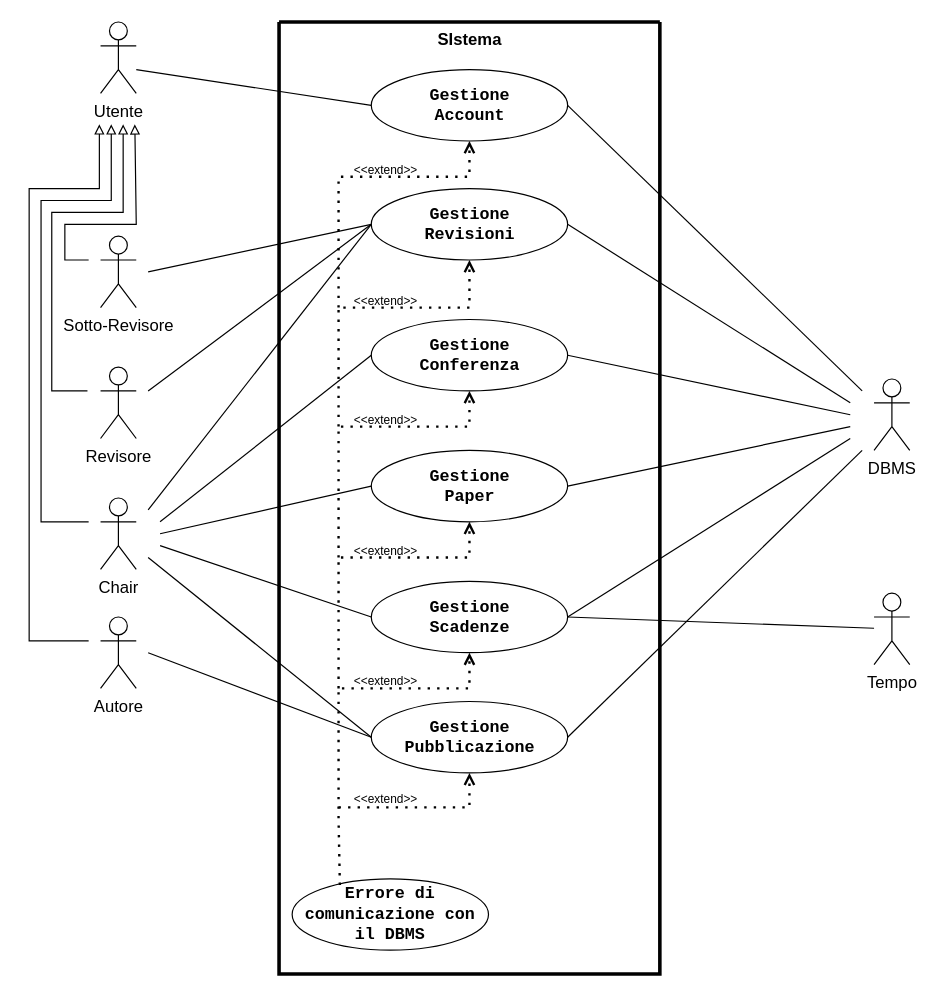
The draw.io diagram RAD/AttoriCoinvolti.drawio in Gabro29/IngegneriaSoftware, before the edit. Source tidied: cells renumbered, new cells numbered last; positions are measured from the earlier drawing's top-left corner, leaving out a move shared by most shapes. Both pictures are drawn from the tidied source at 119%, with x=0, y=0 at pixel (29, 21).
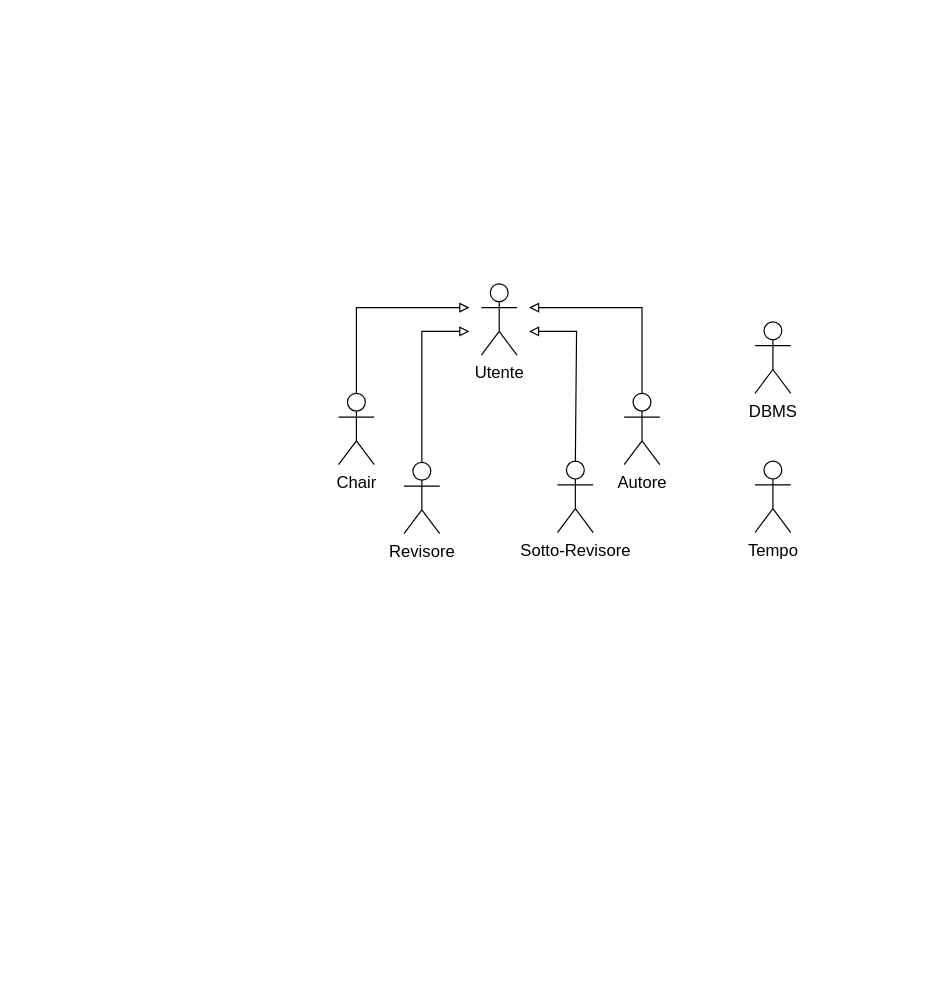
The same diagram, later.

The edit, as a diff of the source:
```diff
@@
-    <mxCell id="2" style="swimlane;startSize=0;swimlaneFillColor=none;strokeWidth=3;strokeColor=light-dark(#000000,#000000);labelBackgroundColor=none;fontColor=light-dark(#000000,#000000);" parent="1" vertex="1">
-      <mxGeometry x="210" width="320" height="800" as="geometry" />
-    </mxCell>
-    <mxCell id="3" value="&lt;font style=&quot;color: light-dark(rgb(0, 0, 0), rgb(0, 0, 0)); font-size: 14px;&quot; face=&quot;Courier New&quot;&gt;&lt;b&gt;Gestione&lt;/b&gt;&lt;/font&gt;&lt;div&gt;&lt;font style=&quot;color: light-dark(rgb(0, 0, 0), rgb(0, 0, 0)); font-size: 14px;&quot; face=&quot;Courier New&quot;&gt;&lt;b&gt;Account&lt;/b&gt;&lt;/font&gt;&lt;/div&gt;" style="ellipse;whiteSpace=wrap;html=1;fillColor=light-dark(#FFFFFF,#FFFFFF);strokeColor=light-dark(#000000,#000000);" parent="2" vertex="1">
-      <mxGeometry x="77.5" y="40" width="165" height="60" as="geometry" />
-    </mxCell>
-    <mxCell id="4" value="&lt;font face=&quot;Courier New&quot; style=&quot;color: light-dark(rgb(0, 0, 0), rgb(0, 0, 0)); font-size: 14px;&quot;&gt;&lt;b&gt;Gestione&lt;/b&gt;&lt;/font&gt;&lt;div&gt;&lt;span style=&quot;font-family: &amp;quot;Courier New&amp;quot;;&quot;&gt;&lt;font style=&quot;color: light-dark(rgb(0, 0, 0), rgb(0, 0, 0)); font-size: 14px;&quot;&gt;&lt;b&gt;Revisioni&lt;/b&gt;&lt;/font&gt;&lt;/span&gt;&lt;/div&gt;" style="ellipse;whiteSpace=wrap;html=1;fillColor=light-dark(#FFFFFF,#FFFFFF);strokeColor=light-dark(#000000,#000000);" parent="2" vertex="1">
-      <mxGeometry x="77.5" y="140" width="165" height="60" as="geometry" />
-    </mxCell>
-    <mxCell id="5" value="&lt;font face=&quot;Courier New&quot; style=&quot;color: light-dark(rgb(0, 0, 0), rgb(0, 0, 0)); font-size: 14px;&quot;&gt;&lt;b&gt;Gestione&lt;/b&gt;&lt;/font&gt;&lt;div&gt;&lt;font style=&quot;color: light-dark(rgb(0, 0, 0), rgb(0, 0, 0)); font-size: 14px;&quot; face=&quot;Courier New&quot;&gt;&lt;b&gt;Conferenza&lt;/b&gt;&lt;/font&gt;&lt;/div&gt;" style="ellipse;whiteSpace=wrap;html=1;fillColor=light-dark(#FFFFFF,#FFFFFF);strokeColor=light-dark(#000000,#000000);" parent="2" vertex="1">
-      <mxGeometry x="77.5" y="250" width="165" height="60" as="geometry" />
-    </mxCell>
-    <mxCell id="6" value="&lt;font face=&quot;Courier New&quot; style=&quot;color: light-dark(rgb(0, 0, 0), rgb(0, 0, 0)); font-size: 14px;&quot;&gt;&lt;b&gt;Gestione&lt;/b&gt;&lt;/font&gt;&lt;div&gt;&lt;span style=&quot;font-family: &amp;quot;Courier New&amp;quot;;&quot;&gt;&lt;font style=&quot;color: light-dark(rgb(0, 0, 0), rgb(0, 0, 0)); font-size: 14px;&quot;&gt;&lt;b&gt;Paper&lt;/b&gt;&lt;/font&gt;&lt;/span&gt;&lt;/div&gt;" style="ellipse;whiteSpace=wrap;html=1;fillColor=light-dark(#FFFFFF,#FFFFFF);strokeColor=light-dark(#000000,#000000);" parent="2" vertex="1">
-      <mxGeometry x="77.5" y="360" width="165" height="60" as="geometry" />
-    </mxCell>
-    <mxCell id="7" value="&lt;font face=&quot;Courier New&quot; style=&quot;color: light-dark(rgb(0, 0, 0), rgb(0, 0, 0)); font-size: 14px;&quot;&gt;&lt;b&gt;Gestione&lt;/b&gt;&lt;/font&gt;&lt;div&gt;&lt;font face=&quot;Courier New&quot; style=&quot;color: light-dark(rgb(0, 0, 0), rgb(0, 0, 0)); font-size: 14px;&quot;&gt;&lt;b&gt;Pubblicazione&lt;/b&gt;&lt;/font&gt;&lt;/div&gt;" style="ellipse;whiteSpace=wrap;html=1;fillColor=light-dark(#FFFFFF,#FFFFFF);strokeColor=light-dark(#000000,#000000);" parent="2" vertex="1">
-      <mxGeometry x="77.5" y="571" width="165" height="60" as="geometry" />
-    </mxCell>
-    <mxCell id="8" value="&lt;font face=&quot;Courier New&quot; style=&quot;color: light-dark(rgb(0, 0, 0), rgb(0, 0, 0)); font-size: 14px;&quot;&gt;&lt;b&gt;Gestione&lt;/b&gt;&lt;/font&gt;&lt;div&gt;&lt;font face=&quot;Courier New&quot; style=&quot;color: light-dark(rgb(0, 0, 0), rgb(0, 0, 0)); font-size: 14px;&quot;&gt;&lt;b&gt;Scadenze&lt;/b&gt;&lt;/font&gt;&lt;/div&gt;" style="ellipse;whiteSpace=wrap;html=1;fillColor=light-dark(#FFFFFF,#FFFFFF);strokeColor=light-dark(#000000,#000000);" parent="2" vertex="1">
-      <mxGeometry x="77.5" y="470" width="165" height="60" as="geometry" />
-    </mxCell>
-    <mxCell id="9" value="&lt;font style=&quot;color: light-dark(rgb(0, 0, 0), rgb(0, 0, 0));&quot; face=&quot;Courier New&quot;&gt;&lt;span style=&quot;font-size: 14px;&quot;&gt;&lt;b style=&quot;&quot;&gt;Errore di comunicazione con il DBMS&lt;/b&gt;&lt;/span&gt;&lt;/font&gt;" style="ellipse;whiteSpace=wrap;html=1;fillColor=light-dark(#FFFFFF,#FFFFFF);strokeColor=light-dark(#000000,#000000);" parent="2" vertex="1">
-      <mxGeometry x="11" y="720" width="165" height="60" as="geometry" />
-    </mxCell>
-    <mxCell id="10" value="&lt;font style=&quot;color: light-dark(rgb(0, 0, 0), rgb(0, 0, 0)); font-size: 14px;&quot;&gt;&lt;b&gt;SIstema&lt;/b&gt;&lt;/font&gt;" style="text;html=1;align=center;verticalAlign=middle;strokeColor=none;fillColor=none;" parent="2" vertex="1">
-      <mxGeometry x="120" width="80" height="30" as="geometry" />
-    </mxCell>
-    <mxCell id="11" style="endArrow=open;dashed=1;html=1;dashPattern=1 3;strokeWidth=2;rounded=0;strokeColor=light-dark(#000000,#000000);endFill=0;entryX=0.5;entryY=1;entryDx=0;entryDy=0;" parent="2" edge="1" target="5">
-      <mxGeometry relative="1" as="geometry">
-        <mxPoint x="50" y="450" as="sourcePoint" />
-        <Array as="points">
-          <mxPoint x="50" y="340" />
-          <mxPoint x="160" y="340" />
-        </Array>
-      </mxGeometry>
-    </mxCell>
-    <mxCell id="12" style="endArrow=open;dashed=1;html=1;dashPattern=1 3;strokeWidth=2;rounded=0;strokeColor=light-dark(#000000,#000000);endFill=0;entryX=0.5;entryY=1;entryDx=0;entryDy=0;" parent="2" edge="1" target="4">
-      <mxGeometry relative="1" as="geometry">
-        <mxPoint x="50" y="340" as="sourcePoint" />
-        <Array as="points">
-          <mxPoint x="50" y="240" />
-          <mxPoint x="160" y="240" />
-        </Array>
-      </mxGeometry>
-    </mxCell>
-    <mxCell id="13" style="endArrow=open;dashed=1;html=1;dashPattern=1 3;strokeWidth=2;rounded=0;strokeColor=light-dark(#000000,#000000);endFill=0;entryX=0.5;entryY=1;entryDx=0;entryDy=0;" parent="2" edge="1" target="3">
-      <mxGeometry relative="1" as="geometry">
-        <mxPoint x="50" y="240" as="sourcePoint" />
-        <Array as="points">
-          <mxPoint x="50" y="130" />
-          <mxPoint x="160" y="130" />
-        </Array>
-      </mxGeometry>
-    </mxCell>
-    <mxCell id="14" value="&lt;font style=&quot;color: light-dark(rgb(0, 0, 0), rgb(0, 0, 0)); font-size: 10px;&quot;&gt;&amp;lt;&amp;lt;extend&amp;gt;&amp;gt;&lt;/font&gt;" style="text;html=1;align=center;verticalAlign=middle;whiteSpace=wrap;rounded=0;" parent="2" vertex="1">
-      <mxGeometry x="59.5" y="648" width="60" height="10" as="geometry" />
-    </mxCell>
-    <mxCell id="15" style="endArrow=open;dashed=1;html=1;dashPattern=1 3;strokeWidth=2;rounded=0;strokeColor=light-dark(#000000,#000000);endFill=0;entryX=0.5;entryY=1;entryDx=0;entryDy=0;exitX=0.243;exitY=0.086;exitDx=0;exitDy=0;exitPerimeter=0;" parent="2" edge="1" source="9" target="8">
-      <mxGeometry relative="1" as="geometry">
-        <Array as="points">
-          <mxPoint x="50" y="670" />
-          <mxPoint x="50" y="560" />
-          <mxPoint x="160" y="560" />
-        </Array>
-      </mxGeometry>
-    </mxCell>
-    <mxCell id="16" value="&lt;font style=&quot;color: light-dark(rgb(0, 0, 0), rgb(0, 0, 0)); font-size: 10px;&quot;&gt;&amp;lt;&amp;lt;extend&amp;gt;&amp;gt;&lt;/font&gt;" style="text;html=1;align=center;verticalAlign=middle;whiteSpace=wrap;rounded=0;" parent="2" vertex="1">
-      <mxGeometry x="59.5" y="549" width="60" height="10" as="geometry" />
-    </mxCell>
-    <mxCell id="17" style="edgeStyle=orthogonalEdgeStyle;rounded=0;orthogonalLoop=1;jettySize=auto;html=1;endArrow=block;endFill=0;strokeColor=light-dark(#000000,#000000);strokeWidth=1;" parent="1" edge="1">
-      <mxGeometry relative="1" as="geometry">
-        <mxPoint x="49" y="310" as="sourcePoint" />
-        <mxPoint x="79" y="86" as="targetPoint" />
-        <Array as="points">
-          <mxPoint x="19" y="310" />
-          <mxPoint x="19" y="160" />
-          <mxPoint x="79" y="160" />
-        </Array>
-      </mxGeometry>
-    </mxCell>
     <mxCell id="18" value="&lt;font face=&quot;Helvetica&quot; style=&quot;color: light-dark(rgb(0, 0, 0), rgb(0, 0, 0)); font-size: 14px;&quot;&gt;Autore&lt;/font&gt;" style="shape=umlActor;verticalLabelPosition=bottom;verticalAlign=top;html=1;outlineConnect=0;strokeColor=light-dark(#000000,#000000);fillColor=none;" parent="1" vertex="1">
-      <mxGeometry x="60" y="500" width="30" height="60" as="geometry" />
+      <mxGeometry x="500" y="312" width="30" height="60" as="geometry" />
     </mxCell>
     <mxCell id="19" value="&lt;font face=&quot;Helvetica&quot; style=&quot;color: light-dark(rgb(0, 0, 0), rgb(0, 0, 0)); font-size: 14px;&quot;&gt;Chair&lt;/font&gt;" style="shape=umlActor;verticalLabelPosition=bottom;verticalAlign=top;html=1;outlineConnect=0;strokeColor=light-dark(#000000,#000000);fillColor=none;" parent="1" vertex="1">
-      <mxGeometry x="60" y="400" width="30" height="60" as="geometry" />
+      <mxGeometry x="260" y="312" width="30" height="60" as="geometry" />
     </mxCell>
     <mxCell id="20" value="&lt;font face=&quot;Helvetica&quot; style=&quot;color: light-dark(rgb(0, 0, 0), rgb(0, 0, 0)); font-size: 14px;&quot;&gt;Revisore&lt;/font&gt;" style="shape=umlActor;verticalLabelPosition=bottom;verticalAlign=top;html=1;strokeColor=light-dark(#000000,#000000);fillColor=none;" parent="1" vertex="1">
-      <mxGeometry x="60" y="290" width="30" height="60" as="geometry" />
+      <mxGeometry x="315" y="370" width="30" height="60" as="geometry" />
     </mxCell>
     <mxCell id="21" value="&lt;font face=&quot;Helvetica&quot; style=&quot;color: light-dark(rgb(0, 0, 0), rgb(0, 0, 0)); font-size: 14px;&quot;&gt;Sotto-Revisore&lt;/font&gt;" style="shape=umlActor;verticalLabelPosition=bottom;verticalAlign=top;html=1;outlineConnect=0;strokeColor=light-dark(#000000,#000000);fillColor=none;" parent="1" vertex="1">
-      <mxGeometry x="60" y="180" width="30" height="60" as="geometry" />
+      <mxGeometry x="444" y="369" width="30" height="60" as="geometry" />
     </mxCell>
-    <mxCell id="22" style="rounded=0;jettySize=auto;html=1;entryX=0;entryY=0.5;entryDx=0;entryDy=0;strokeColor=light-dark(#000000,#000000);endArrow=none;startFill=0;" parent="1" edge="1" target="3">
-      <mxGeometry relative="1" as="geometry">
-        <mxPoint x="90" y="40" as="sourcePoint" />
-      </mxGeometry>
-    </mxCell>
     <mxCell id="23" value="&lt;font style=&quot;color: light-dark(rgb(0, 0, 0), rgb(0, 0, 0)); font-size: 14px;&quot;&gt;Utente&lt;/font&gt;" style="shape=umlActor;verticalLabelPosition=bottom;verticalAlign=top;html=1;strokeColor=light-dark(#000000,#000000);fillColor=none;" parent="1" vertex="1">
-      <mxGeometry x="60" width="30" height="60" as="geometry" />
+      <mxGeometry x="380" y="220" width="30" height="60" as="geometry" />
     </mxCell>
-    <mxCell id="24" style="rounded=0;jettySize=auto;html=1;strokeColor=light-dark(#000000,#000000);endArrow=none;startFill=0;entryX=0;entryY=0.5;entryDx=0;entryDy=0;" parent="1" edge="1" target="4">
-      <mxGeometry relative="1" as="geometry">
-        <mxPoint x="100" y="210" as="sourcePoint" />
-      </mxGeometry>
-    </mxCell>
-    <mxCell id="25" style="rounded=0;jettySize=auto;html=1;strokeColor=light-dark(#000000,#000000);endArrow=none;startFill=0;entryX=0;entryY=0.5;entryDx=0;entryDy=0;" parent="1" edge="1" target="4">
-      <mxGeometry relative="1" as="geometry">
-        <mxPoint x="100" y="310" as="sourcePoint" />
-      </mxGeometry>
-    </mxCell>
-    <mxCell id="26" style="rounded=0;jettySize=auto;html=1;strokeColor=light-dark(#000000,#000000);endArrow=none;startFill=0;entryX=0;entryY=0.5;entryDx=0;entryDy=0;" parent="1" edge="1" target="5">
-      <mxGeometry relative="1" as="geometry">
-        <mxPoint x="110" y="420" as="sourcePoint" />
-      </mxGeometry>
-    </mxCell>
-    <mxCell id="27" style="rounded=0;jettySize=auto;html=1;strokeColor=light-dark(#000000,#000000);endArrow=none;startFill=0;entryX=0;entryY=0.5;entryDx=0;entryDy=0;" parent="1" edge="1" target="6">
-      <mxGeometry relative="1" as="geometry">
-        <mxPoint x="110" y="430" as="sourcePoint" />
-      </mxGeometry>
-    </mxCell>
-    <mxCell id="28" style="rounded=0;jettySize=auto;html=1;strokeColor=light-dark(#000000,#000000);endArrow=none;startFill=0;entryX=0;entryY=0.5;entryDx=0;entryDy=0;" parent="1" edge="1" target="7">
-      <mxGeometry relative="1" as="geometry">
-        <mxPoint x="100" y="450" as="sourcePoint" />
-      </mxGeometry>
-    </mxCell>
-    <mxCell id="29" style="rounded=0;jettySize=auto;html=1;strokeColor=light-dark(#000000,#000000);endArrow=none;startFill=0;entryX=0;entryY=0.5;entryDx=0;entryDy=0;" parent="1" edge="1" target="4">
-      <mxGeometry relative="1" as="geometry">
-        <mxPoint x="100" y="410" as="sourcePoint" />
-      </mxGeometry>
-    </mxCell>
-    <mxCell id="30" style="rounded=0;jettySize=auto;html=1;strokeColor=light-dark(#000000,#000000);endArrow=none;startFill=0;entryX=0;entryY=0.5;entryDx=0;entryDy=0;" parent="1" edge="1" target="7">
-      <mxGeometry relative="1" as="geometry">
-        <mxPoint x="100" y="530" as="sourcePoint" />
-      </mxGeometry>
-    </mxCell>
-    <mxCell id="31" style="rounded=0;jettySize=auto;html=1;strokeColor=light-dark(#000000,#000000);endArrow=none;startFill=0;entryX=0;entryY=0.5;entryDx=0;entryDy=0;" parent="1" edge="1" target="8">
-      <mxGeometry relative="1" as="geometry">
-        <mxPoint x="110" y="440" as="sourcePoint" />
-      </mxGeometry>
-    </mxCell>
     <mxCell id="32" value="&lt;font face=&quot;Helvetica&quot; style=&quot;color: light-dark(rgb(0, 0, 0), rgb(0, 0, 0)); font-size: 14px;&quot;&gt;DBMS&lt;/font&gt;" style="shape=umlActor;verticalLabelPosition=bottom;verticalAlign=top;html=1;strokeColor=light-dark(#000000,#000000);fillColor=none;" parent="1" vertex="1">
-      <mxGeometry x="710" y="300" width="30" height="60" as="geometry" />
+      <mxGeometry x="610" y="252" width="30" height="60" as="geometry" />
     </mxCell>
     <mxCell id="33" value="&lt;font style=&quot;color: light-dark(rgb(0, 0, 0), rgb(0, 0, 0)); font-size: 14px;&quot;&gt;Tempo&lt;/font&gt;" style="shape=umlActor;verticalLabelPosition=bottom;verticalAlign=top;html=1;outlineConnect=0;strokeColor=light-dark(#000000,#000000);fillColor=none;" parent="1" vertex="1">
-      <mxGeometry x="710" y="480" width="30" height="60" as="geometry" />
+      <mxGeometry x="610" y="369" width="30" height="60" as="geometry" />
     </mxCell>
-    <mxCell id="34" style="rounded=0;jettySize=auto;html=1;strokeColor=light-dark(#000000,#000000);endArrow=none;startFill=0;exitX=1;exitY=0.5;exitDx=0;exitDy=0;" parent="1" edge="1" source="3">
-      <mxGeometry relative="1" as="geometry">
-        <mxPoint x="700" y="310" as="targetPoint" />
-      </mxGeometry>
-    </mxCell>
-    <mxCell id="35" style="rounded=0;jettySize=auto;html=1;strokeColor=light-dark(#000000,#000000);endArrow=none;startFill=0;exitX=1;exitY=0.5;exitDx=0;exitDy=0;" parent="1" edge="1" source="4">
-      <mxGeometry relative="1" as="geometry">
-        <mxPoint x="690" y="320" as="targetPoint" />
-      </mxGeometry>
-    </mxCell>
-    <mxCell id="36" style="rounded=0;jettySize=auto;html=1;strokeColor=light-dark(#000000,#000000);endArrow=none;startFill=0;exitX=1;exitY=0.5;exitDx=0;exitDy=0;" parent="1" edge="1" source="5">
-      <mxGeometry relative="1" as="geometry">
-        <mxPoint x="690" y="330" as="targetPoint" />
-      </mxGeometry>
-    </mxCell>
-    <mxCell id="37" style="rounded=0;jettySize=auto;html=1;strokeColor=light-dark(#000000,#000000);endArrow=none;startFill=0;exitX=1;exitY=0.5;exitDx=0;exitDy=0;" parent="1" edge="1" source="6">
-      <mxGeometry relative="1" as="geometry">
-        <mxPoint x="690" y="340" as="targetPoint" />
-      </mxGeometry>
-    </mxCell>
-    <mxCell id="38" style="rounded=0;jettySize=auto;html=1;strokeColor=light-dark(#000000,#000000);endArrow=none;startFill=0;exitX=1;exitY=0.5;exitDx=0;exitDy=0;" parent="1" edge="1" source="8">
-      <mxGeometry relative="1" as="geometry">
-        <mxPoint x="690" y="350" as="targetPoint" />
-      </mxGeometry>
-    </mxCell>
-    <mxCell id="39" style="rounded=0;jettySize=auto;html=1;strokeColor=light-dark(#000000,#000000);endArrow=none;startFill=0;exitX=1;exitY=0.5;exitDx=0;exitDy=0;" parent="1" edge="1" source="7">
-      <mxGeometry relative="1" as="geometry">
-        <mxPoint x="700" y="360" as="targetPoint" />
-      </mxGeometry>
-    </mxCell>
-    <mxCell id="40" style="rounded=0;jettySize=auto;html=1;strokeColor=light-dark(#000000,#000000);endArrow=none;startFill=0;exitX=1;exitY=0.5;exitDx=0;exitDy=0;" parent="1" edge="1" source="8" target="33">
-      <mxGeometry relative="1" as="geometry" />
-    </mxCell>
-    <mxCell id="41" style="edgeStyle=orthogonalEdgeStyle;rounded=0;orthogonalLoop=1;jettySize=auto;html=1;endArrow=block;endFill=0;strokeColor=light-dark(#000000,#000000);" parent="1" edge="1">
-      <mxGeometry relative="1" as="geometry">
-        <mxPoint x="50" y="420" as="sourcePoint" />
-        <mxPoint x="69" y="86" as="targetPoint" />
-        <Array as="points">
-          <mxPoint x="10" y="420" />
-          <mxPoint x="10" y="150" />
-          <mxPoint x="69" y="150" />
-        </Array>
-      </mxGeometry>
-    </mxCell>
-    <mxCell id="42" style="edgeStyle=orthogonalEdgeStyle;rounded=0;orthogonalLoop=1;jettySize=auto;html=1;endArrow=block;endFill=0;strokeColor=light-dark(#000000,#000000);" parent="1" edge="1">
-      <mxGeometry relative="1" as="geometry">
-        <mxPoint x="50" y="520" as="sourcePoint" />
-        <mxPoint x="59" y="86" as="targetPoint" />
-        <Array as="points">
-          <mxPoint y="520" />
-          <mxPoint y="140" />
-          <mxPoint x="59" y="140" />
-        </Array>
-      </mxGeometry>
-    </mxCell>
-    <mxCell id="43" style="endArrow=block;html=1;rounded=0;strokeColor=light-dark(#000000,#000000);endFill=0;strokeWidth=1;startSize=6;jumpSize=6;targetPerimeterSpacing=0;endSize=6;" parent="1" edge="1">
+    <mxCell id="43" style="endArrow=block;html=1;rounded=0;strokeColor=light-dark(#000000,#000000);endFill=0;strokeWidth=1;startSize=6;jumpSize=6;targetPerimeterSpacing=0;endSize=6;exitX=0.5;exitY=0;exitDx=0;exitDy=0;exitPerimeter=0;" parent="1" edge="1" source="19">
       <mxGeometry relative="1" as="geometry">
-        <mxPoint x="50" y="200" as="sourcePoint" />
-        <mxPoint x="88.8" y="86" as="targetPoint" />
+        <mxPoint x="370" y="240" as="targetPoint" />
         <Array as="points">
-          <mxPoint x="50" y="200" />
-          <mxPoint x="30" y="200" />
-          <mxPoint x="30" y="170" />
-          <mxPoint x="50" y="170" />
-          <mxPoint x="90" y="170" />
+          <mxPoint x="275" y="240" />
         </Array>
       </mxGeometry>
     </mxCell>
-    <mxCell id="44" style="endArrow=open;dashed=1;html=1;dashPattern=1 3;strokeWidth=2;rounded=0;strokeColor=light-dark(#000000,#000000);endFill=0;entryX=0.5;entryY=1;entryDx=0;entryDy=0;" parent="1" edge="1" target="6">
-      <mxGeometry relative="1" as="geometry">
-        <mxPoint x="260" y="560" as="sourcePoint" />
-        <Array as="points">
-          <mxPoint x="260" y="450" />
-          <mxPoint x="370" y="450" />
-        </Array>
-      </mxGeometry>
-    </mxCell>
-    <mxCell id="45" style="endArrow=open;dashed=1;html=1;dashPattern=1 3;strokeWidth=2;rounded=0;strokeColor=light-dark(#000000,#000000);endFill=0;entryX=0.5;entryY=1;entryDx=0;entryDy=0;" parent="1" edge="1" target="7">
-      <mxGeometry relative="1" as="geometry">
-        <mxPoint x="260" y="660" as="sourcePoint" />
-        <Array as="points">
-          <mxPoint x="370" y="660" />
-        </Array>
-      </mxGeometry>
-    </mxCell>
-    <mxCell id="46" value="&lt;font style=&quot;color: light-dark(rgb(0, 0, 0), rgb(0, 0, 0)); font-size: 10px;&quot;&gt;&amp;lt;&amp;lt;extend&amp;gt;&amp;gt;&lt;/font&gt;" style="text;html=1;align=center;verticalAlign=middle;whiteSpace=wrap;rounded=0;" parent="1" vertex="1">
-      <mxGeometry x="269.5" y="439" width="60" height="10" as="geometry" />
-    </mxCell>
-    <mxCell id="47" value="&lt;font style=&quot;color: light-dark(rgb(0, 0, 0), rgb(0, 0, 0)); font-size: 10px;&quot;&gt;&amp;lt;&amp;lt;extend&amp;gt;&amp;gt;&lt;/font&gt;" style="text;html=1;align=center;verticalAlign=middle;whiteSpace=wrap;rounded=0;" parent="1" vertex="1">
-      <mxGeometry x="269.5" y="329" width="60" height="10" as="geometry" />
-    </mxCell>
-    <mxCell id="48" value="&lt;font style=&quot;color: light-dark(rgb(0, 0, 0), rgb(0, 0, 0)); font-size: 10px;&quot;&gt;&amp;lt;&amp;lt;extend&amp;gt;&amp;gt;&lt;/font&gt;" style="text;html=1;align=center;verticalAlign=middle;whiteSpace=wrap;rounded=0;" parent="1" vertex="1">
-      <mxGeometry x="269.5" y="229" width="60" height="10" as="geometry" />
-    </mxCell>
-    <mxCell id="49" value="&lt;font style=&quot;color: light-dark(rgb(0, 0, 0), rgb(0, 0, 0)); font-size: 10px;&quot;&gt;&amp;lt;&amp;lt;extend&amp;gt;&amp;gt;&lt;/font&gt;" style="text;html=1;align=center;verticalAlign=middle;whiteSpace=wrap;rounded=0;" parent="1" vertex="1">
-      <mxGeometry x="269.5" y="119" width="60" height="10" as="geometry" />
-    </mxCell>
+    <mxCell id="50" style="endArrow=block;html=1;rounded=0;strokeColor=light-dark(#000000,#000000);endFill=0;strokeWidth=1;startSize=6;jumpSize=6;targetPerimeterSpacing=0;endSize=6;" parent="1" edge="1">
+      <mxGeometry relative="1" as="geometry">
+        <mxPoint x="330" y="370" as="sourcePoint" />
+        <mxPoint x="370" y="260" as="targetPoint" />
+        <Array as="points">
+          <mxPoint x="330" y="260" />
+        </Array>
+      </mxGeometry>
+    </mxCell>
+    <mxCell id="51" style="endArrow=block;html=1;rounded=0;strokeColor=light-dark(#000000,#000000);endFill=0;strokeWidth=1;startSize=6;jumpSize=6;targetPerimeterSpacing=0;endSize=6;exitX=0.5;exitY=0;exitDx=0;exitDy=0;exitPerimeter=0;" parent="1" edge="1" source="21">
+      <mxGeometry relative="1" as="geometry">
+        <mxPoint x="420" y="260" as="targetPoint" />
+        <Array as="points">
+          <mxPoint x="460" y="260" />
+        </Array>
+      </mxGeometry>
+    </mxCell>
+    <mxCell id="52" style="endArrow=block;html=1;rounded=0;strokeColor=light-dark(#000000,#000000);endFill=0;strokeWidth=1;startSize=6;jumpSize=6;targetPerimeterSpacing=0;endSize=6;exitX=0.5;exitY=0;exitDx=0;exitDy=0;exitPerimeter=0;" parent="1" edge="1" source="18">
+      <mxGeometry relative="1" as="geometry">
+        <mxPoint x="420" y="240" as="targetPoint" />
+        <Array as="points">
+          <mxPoint x="515" y="240" />
+        </Array>
+      </mxGeometry>
+    </mxCell>
```
